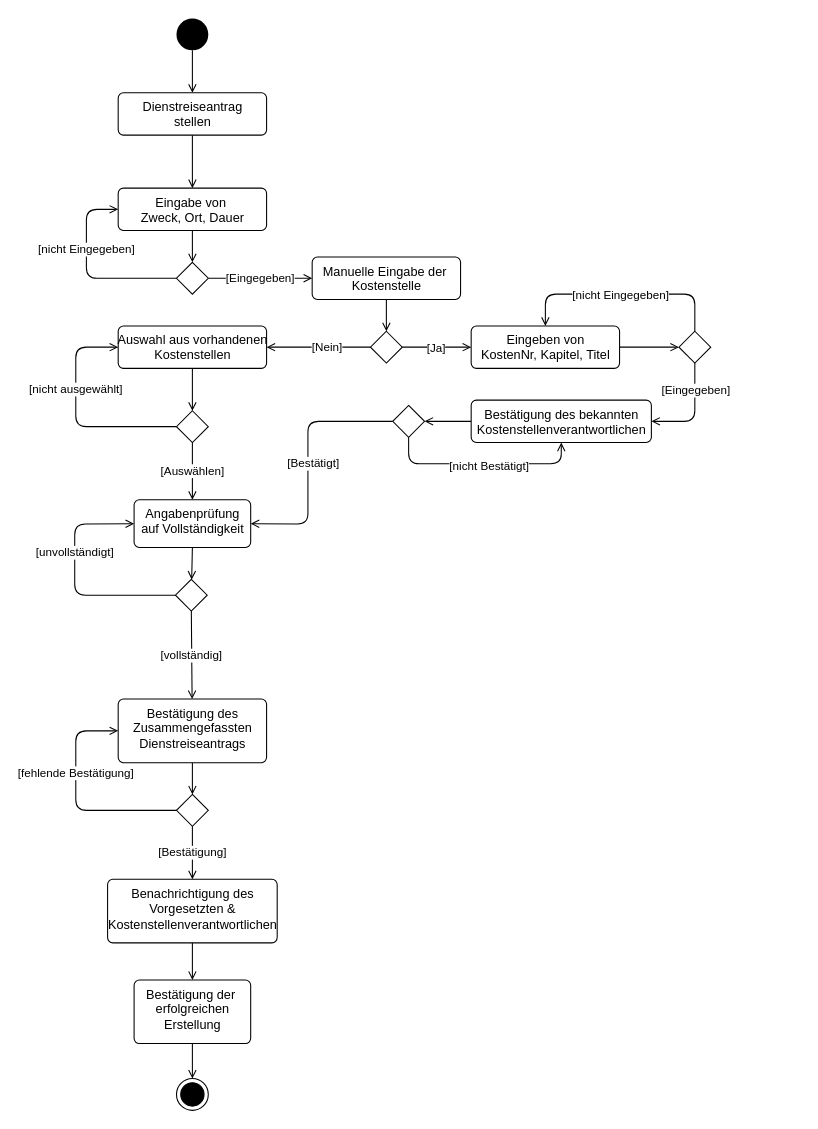
The draw.io diagram Uebungsblatt09/Aktivitätsdiagramm.drawio in TheBlackDragon4/SWE-HS-Co-Se5, before the edit. Source tidied: cells renumbered, new cells numbered last; positions are measured from the earlier drawing's top-left corner, leaving out a move shared by most shapes. Both pictures are drawn from the tidied source at 106%, with x=0, y=0 at pixel (74, 18).
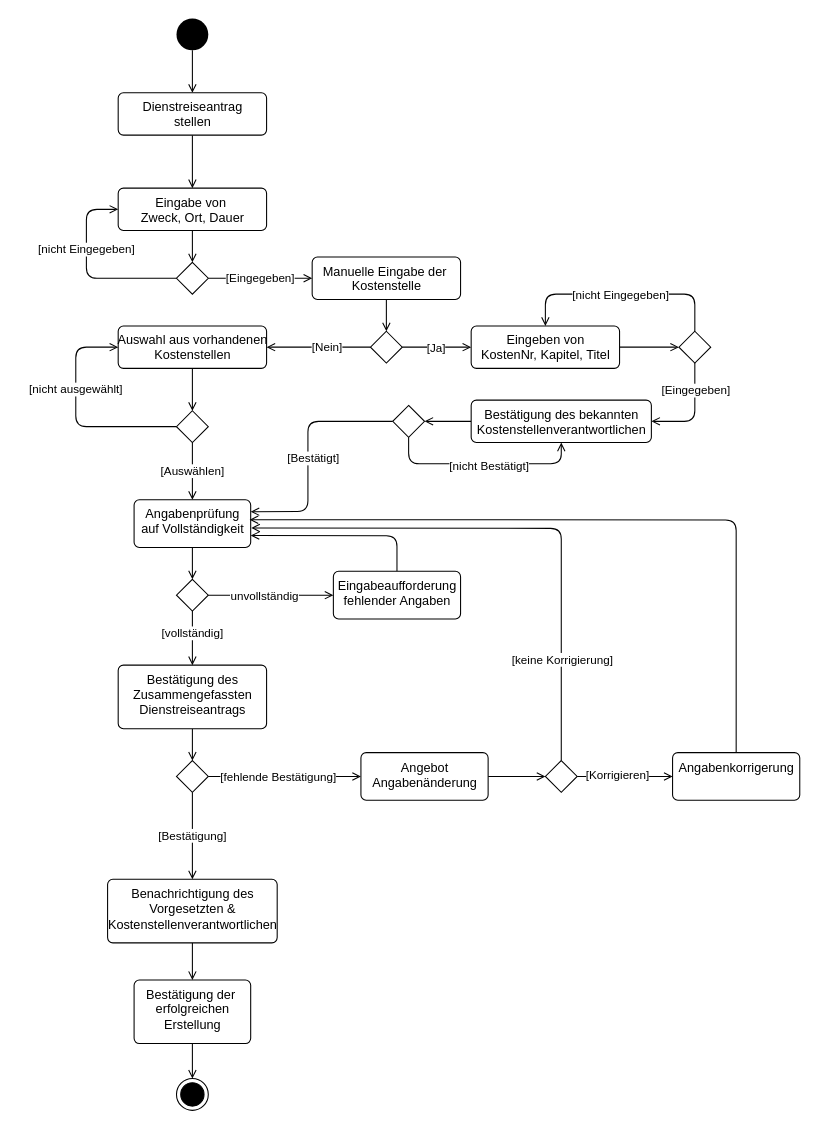
The same diagram, later.

The change refers to these unchanged cells:
```xml
<mxCell id="18" value="Benachrichtigung des&lt;br&gt;Vorgesetzten &amp;amp; &lt;br&gt;Kostenstellenverantwortlichen&lt;br&gt;" style="html=1;align=center;verticalAlign=top;rounded=1;absoluteArcSize=1;arcSize=10;dashed=0;gradientColor=none;shadow=0;glass=0;sketch=0;labelBackgroundColor=none;perimeterSpacing=0;" parent="1" vertex="1">
  <mxGeometry x="31" y="812" width="160" height="60" as="geometry" />
</mxCell>
<mxCell id="27" value="Angabenprüfung&lt;br&gt;auf&amp;nbsp;Vollständigkeit" style="html=1;align=center;verticalAlign=top;rounded=1;absoluteArcSize=1;arcSize=10;dashed=0;gradientColor=none;shadow=0;glass=0;sketch=0;labelBackgroundColor=none;perimeterSpacing=0;" parent="1" vertex="1">
  <mxGeometry x="56" y="454" width="110" height="45" as="geometry" />
</mxCell>
<mxCell id="51" style="rhombus;" parent="1" vertex="1">
  <mxGeometry x="300" y="365" width="30" height="30" as="geometry" />
</mxCell>
```

The edit, as a diff of the source:
```diff
@@
+    <mxCell id="15" value="[Bestätigung]" style="edgeStyle=none;html=1;exitX=0.5;exitY=1;exitDx=0;exitDy=0;endArrow=open;endFill=0;" parent="1" edge="1" source="16" target="18">
+      <mxGeometry relative="1" as="geometry" />
+    </mxCell>
+    <mxCell id="52" style="edgeStyle=none;html=1;exitX=1;exitY=0.5;exitDx=0;exitDy=0;endArrow=open;endFill=0;entryX=0;entryY=0.5;entryDx=0;entryDy=0;" parent="1" edge="1" source="16" target="58">
+      <mxGeometry relative="1" as="geometry" />
+    </mxCell>
-    <mxCell id="14" value="[fehlende Bestätigung]" style="edgeStyle=none;html=1;exitX=0;exitY=0.5;exitDx=0;exitDy=0;endArrow=open;endFill=0;entryX=0;entryY=0.5;entryDx=0;entryDy=0;" parent="1" edge="1" source="16" target="25">
-      <mxGeometry x="0.24" relative="1" as="geometry">
-        <Array as="points">
-          <mxPoint x="1" y="747" />
-          <mxPoint x="1" y="672" />
-        </Array>
+    <mxCell id="14" value="[fehlende Bestätigung]" style="edgeLabel;html=1;align=center;verticalAlign=middle;" parent="52" vertex="1">
+      <mxGeometry x="0.09" y="-2" relative="1" as="geometry">
+        <mxPoint x="-13" y="-2" as="offset" />
       </mxGeometry>
     </mxCell>
-    <mxCell id="15" value="[Bestätigung]" style="edgeStyle=none;html=1;exitX=0.5;exitY=1;exitDx=0;exitDy=0;endArrow=open;endFill=0;" parent="1" edge="1" source="16" target="18">
-      <mxGeometry relative="1" as="geometry" />
-    </mxCell>
     <mxCell id="16" style="rhombus;" parent="1" vertex="1">
-      <mxGeometry x="96" y="732" width="30" height="30" as="geometry" />
+      <mxGeometry x="96" y="700" width="30" height="30" as="geometry" />
     </mxCell>
@@
     <mxCell id="25" value="Bestätigung des&lt;br&gt;Zusammengefassten&lt;br&gt;Dienstreiseantrags" style="html=1;align=center;verticalAlign=top;rounded=1;absoluteArcSize=1;arcSize=10;dashed=0;gradientColor=none;shadow=0;glass=0;sketch=0;labelBackgroundColor=none;perimeterSpacing=0;" parent="1" vertex="1">
-      <mxGeometry x="41" y="642" width="140" height="60" as="geometry" />
+      <mxGeometry x="41" y="610" width="140" height="60" as="geometry" />
     </mxCell>
-    <mxCell id="26" style="edgeStyle=none;html=1;exitX=0.5;exitY=1;exitDx=0;exitDy=0;endArrow=open;endFill=0;" parent="1" edge="1" source="27" target="30">
+    <mxCell id="26" style="edgeStyle=none;html=1;exitX=0.5;exitY=1;exitDx=0;exitDy=0;entryX=0.5;entryY=0;entryDx=0;entryDy=0;endArrow=open;endFill=0;" parent="1" edge="1" source="27" target="30">
       <mxGeometry relative="1" as="geometry" />
     </mxCell>
@@
-    <mxCell id="28" value="[unvollständigt]" style="edgeStyle=none;html=1;exitX=0;exitY=0.5;exitDx=0;exitDy=0;endArrow=open;endFill=0;entryX=0;entryY=0.5;entryDx=0;entryDy=0;" parent="1" edge="1" source="30" target="27">
-      <mxGeometry x="0.24" relative="1" as="geometry">
-        <Array as="points">
-          <mxPoint y="544" />
-          <mxPoint y="477" />
-        </Array>
-      </mxGeometry>
-    </mxCell>
     <mxCell id="29" value="[vollständig]" style="edgeStyle=none;html=1;exitX=0.5;exitY=1;exitDx=0;exitDy=0;endArrow=open;endFill=0;" parent="1" edge="1" source="30" target="25">
-      <mxGeometry relative="1" as="geometry" />
+      <mxGeometry x="-0.18" relative="1" as="geometry" />
     </mxCell>
+    <mxCell id="53" style="edgeStyle=none;html=1;exitX=1;exitY=0.5;exitDx=0;exitDy=0;endArrow=open;endFill=0;entryX=0;entryY=0.5;entryDx=0;entryDy=0;" parent="1" edge="1" source="30" target="56">
+      <mxGeometry relative="1" as="geometry" />
+    </mxCell>
+    <mxCell id="54" value="unvollständig" style="edgeLabel;html=1;align=center;verticalAlign=middle;" parent="53" vertex="1">
+      <mxGeometry x="0.25" y="2" relative="1" as="geometry">
+        <mxPoint x="-22" y="2" as="offset" />
+      </mxGeometry>
+    </mxCell>
     <mxCell id="30" style="rhombus;" parent="1" vertex="1">
-      <mxGeometry x="95" y="529" width="30" height="30" as="geometry" />
+      <mxGeometry x="96" y="529" width="30" height="30" as="geometry" />
     </mxCell>
@@
-    <mxCell id="49" style="edgeStyle=none;html=1;exitX=0;exitY=0.5;exitDx=0;exitDy=0;entryX=1;entryY=0.5;entryDx=0;entryDy=0;endArrow=open;endFill=0;" parent="1" edge="1" source="51" target="27">
+    <mxCell id="49" style="edgeStyle=none;html=1;exitX=0;exitY=0.5;exitDx=0;exitDy=0;entryX=1;entryY=0.25;entryDx=0;entryDy=0;endArrow=open;endFill=0;" parent="1" edge="1" source="51" target="27">
       <mxGeometry relative="1" as="geometry">
         <Array as="points">
           <mxPoint x="220" y="380" />
-          <mxPoint x="220" y="477" />
+          <mxPoint x="220" y="465" />
         </Array>
       </mxGeometry>
     </mxCell>
@@
+    <mxCell id="55" style="edgeStyle=none;html=1;exitX=0.5;exitY=0;exitDx=0;exitDy=0;entryX=1;entryY=0.75;entryDx=0;entryDy=0;endArrow=open;endFill=0;" parent="1" edge="1" source="56" target="27">
+      <mxGeometry relative="1" as="geometry">
+        <Array as="points">
+          <mxPoint x="304" y="488" />
+        </Array>
+      </mxGeometry>
+    </mxCell>
+    <mxCell id="56" value="Eingabeaufforderung&lt;br&gt;fehlender Angaben" style="html=1;align=center;verticalAlign=top;rounded=1;absoluteArcSize=1;arcSize=10;dashed=0;gradientColor=none;shadow=0;glass=0;sketch=0;labelBackgroundColor=none;perimeterSpacing=0;" parent="1" vertex="1">
+      <mxGeometry x="244" y="521.5" width="120" height="45" as="geometry" />
+    </mxCell>
+    <mxCell id="57" style="edgeStyle=none;html=1;exitX=1;exitY=0.5;exitDx=0;exitDy=0;entryX=0;entryY=0.5;entryDx=0;entryDy=0;endArrow=open;endFill=0;" parent="1" edge="1" source="58" target="65">
+      <mxGeometry relative="1" as="geometry" />
+    </mxCell>
+    <mxCell id="58" value="Angebot&lt;br&gt;Angabenänderung" style="html=1;align=center;verticalAlign=top;rounded=1;absoluteArcSize=1;arcSize=10;dashed=0;gradientColor=none;shadow=0;glass=0;sketch=0;labelBackgroundColor=none;perimeterSpacing=0;" parent="1" vertex="1">
+      <mxGeometry x="270" y="692.5" width="120" height="45" as="geometry" />
+    </mxCell>
+    <mxCell id="59" style="edgeStyle=none;html=1;exitX=0.5;exitY=0;exitDx=0;exitDy=0;entryX=0.991;entryY=0.418;entryDx=0;entryDy=0;endArrow=open;endFill=0;entryPerimeter=0;" parent="1" edge="1" source="60" target="27">
+      <mxGeometry relative="1" as="geometry">
+        <Array as="points">
+          <mxPoint x="624" y="473" />
+        </Array>
+      </mxGeometry>
+    </mxCell>
+    <mxCell id="60" value="Angabenkorrigerung" style="html=1;align=center;verticalAlign=top;rounded=1;absoluteArcSize=1;arcSize=10;dashed=0;gradientColor=none;shadow=0;glass=0;sketch=0;labelBackgroundColor=none;perimeterSpacing=0;" parent="1" vertex="1">
+      <mxGeometry x="564" y="692.5" width="120" height="45" as="geometry" />
+    </mxCell>
+    <mxCell id="61" style="edgeStyle=none;html=1;exitX=0.5;exitY=0;exitDx=0;exitDy=0;endArrow=open;endFill=0;entryX=1.005;entryY=0.59;entryDx=0;entryDy=0;entryPerimeter=0;" parent="1" edge="1" source="65" target="27">
+      <mxGeometry relative="1" as="geometry">
+        <Array as="points">
+          <mxPoint x="459" y="481" />
+        </Array>
+      </mxGeometry>
+    </mxCell>
+    <mxCell id="62" value="[keine Korrigierung]" style="edgeLabel;html=1;align=center;verticalAlign=middle;" parent="61" vertex="1">
+      <mxGeometry x="-0.21" y="1" relative="1" as="geometry">
+        <mxPoint x="1" y="106" as="offset" />
+      </mxGeometry>
+    </mxCell>
+    <mxCell id="63" style="edgeStyle=none;html=1;exitX=1;exitY=0.5;exitDx=0;exitDy=0;entryX=0;entryY=0.5;entryDx=0;entryDy=0;endArrow=open;endFill=0;" parent="1" edge="1" source="65" target="60">
+      <mxGeometry relative="1" as="geometry" />
+    </mxCell>
+    <mxCell id="64" value="[Korrigieren]" style="edgeLabel;html=1;align=center;verticalAlign=middle;" parent="63" vertex="1">
+      <mxGeometry x="-0.17" y="2" relative="1" as="geometry" />
+    </mxCell>
+    <mxCell id="65" style="rhombus;direction=east;" parent="1" vertex="1">
+      <mxGeometry x="444" y="700" width="30" height="30" as="geometry" />
+    </mxCell>
```
